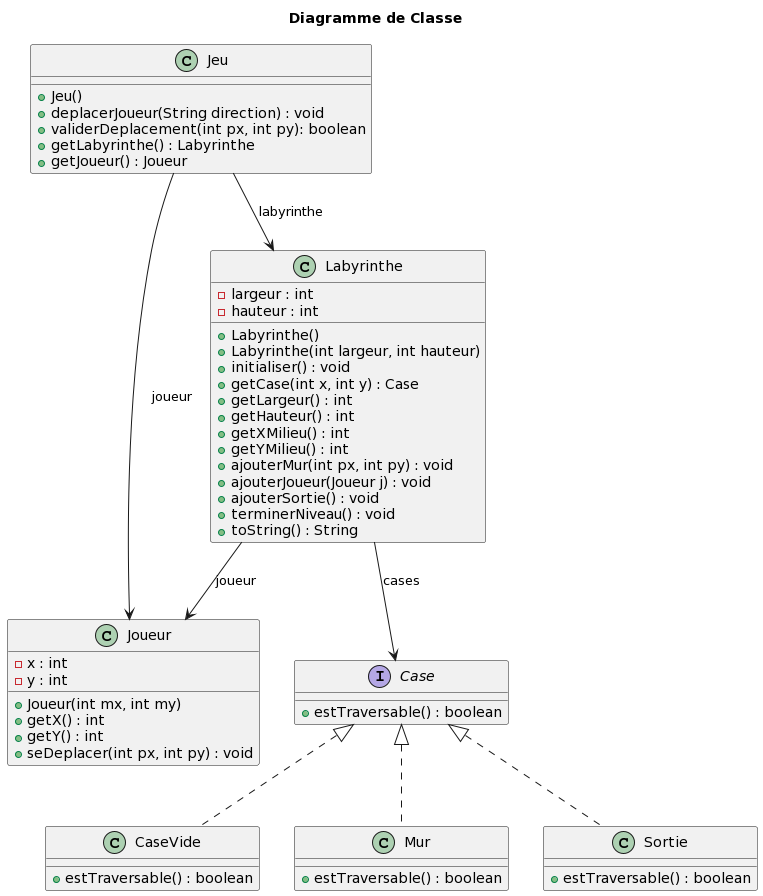
This is documents/sprint_0/diagramme_de_classe.png from rzepka2u/ACL_daedalus, a PlantUML export, as it was before one commit. The source it was exported from:
```plantuml
@startuml
title Diagramme de Classe

class Jeu {
+Jeu()
+deplacerJoueur(String direction) : void
+validerDeplacement(int px, int py): boolean
+getLabyrinthe() : Labyrinthe
+getJoueur() : Joueur
}

class Joueur {
-x : int
-y : int
+Joueur(int mx, int my)
+getX() : int
+getY() : int
+seDeplacer(int px, int py) : void

}

class Labyrinthe {
-largeur : int
-hauteur : int
+Labyrinthe()
+Labyrinthe(int largeur, int hauteur)
+initialiser() : void
+getCase(int x, int y) : Case
+getLargeur() : int
+getHauteur() : int
+getXMilieu() : int
+getYMilieu() : int
+ajouterMur(int px, int py) : void
+ajouterJoueur(Joueur j) : void
+ajouterSortie() : void
+terminerNiveau() : void
+toString() : String
}

interface Case {
+estTraversable() : boolean
}

class CaseVide implements Case {
+estTraversable() : boolean
}

class Mur implements Case {
+estTraversable() : boolean
}

class Sortie implements Case {
+estTraversable() : boolean
}

Jeu --> Labyrinthe : labyrinthe
Jeu --> Joueur : joueur
Labyrinthe --> Joueur : joueur
Labyrinthe --> Case : cases
@enduml
```
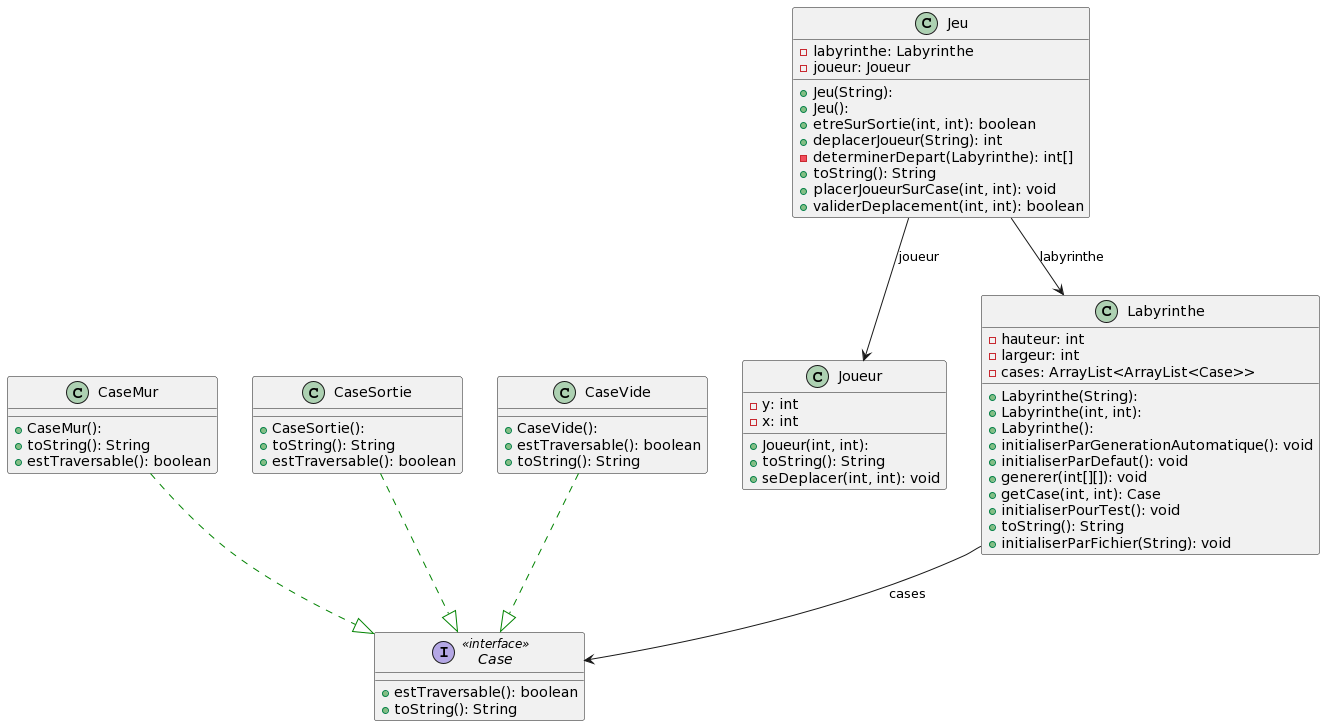
The same file after the commit.

Commit message:
Mise à jour du diagramme de classe

Change to the diagram source:
```diff
@@ -1,60 +1,64 @@
 @startuml
-title Diagramme de Classe
-
+interface Case << interface >> {
+  + estTraversable(): boolean
+  + toString(): String
+}
+class CaseMur {
+  + CaseMur():
+  + toString(): String
+  + estTraversable(): boolean
+}
+class CaseSortie {
+  + CaseSortie():
+  + toString(): String
+  + estTraversable(): boolean
+}
+class CaseVide {
+  + CaseVide():
+  + estTraversable(): boolean
+  + toString(): String
+}
 class Jeu {
-+Jeu()
-+deplacerJoueur(String direction) : void
-+validerDeplacement(int px, int py): boolean
-+getLabyrinthe() : Labyrinthe
-+getJoueur() : Joueur
+  + Jeu(String):
+  + Jeu():
+  - labyrinthe: Labyrinthe
+  - joueur: Joueur
+  + etreSurSortie(int, int): boolean
+  + deplacerJoueur(String): int
+  - determinerDepart(Labyrinthe): int[]
+  + toString(): String
+  + placerJoueurSurCase(int, int): void
+  + validerDeplacement(int, int): boolean
+}
+class Joueur {
+  + Joueur(int, int):
+  - y: int
+  - x: int
+  + toString(): String
+  + seDeplacer(int, int): void
+}
+class Labyrinthe {
+  + Labyrinthe(String):
+  + Labyrinthe(int, int):
+  + Labyrinthe():
+  - hauteur: int
+  - largeur: int
+  - cases: ArrayList<ArrayList<Case>>
+  + initialiserParGenerationAutomatique(): void
+  + initialiserParDefaut(): void
+  + generer(int[][]): void
+  + getCase(int, int): Case
+  + initialiserPourTest(): void
+  + toString(): String
+  + initialiserParFichier(String): void
 }
 
-class Joueur {
--x : int
--y : int
-+Joueur(int mx, int my)
-+getX() : int
-+getY() : int
-+seDeplacer(int px, int py) : void
+CaseMur     -[#008200,dashed]-^  Case
+CaseSortie  -[#008200,dashed]-^  Case
+CaseVide    -[#008200,dashed]-^  Case
 
-}
-
-class Labyrinthe {
--largeur : int
--hauteur : int
-+Labyrinthe()
-+Labyrinthe(int largeur, int hauteur)
-+initialiser() : void
-+getCase(int x, int y) : Case
-+getLargeur() : int
-+getHauteur() : int
-+getXMilieu() : int
-+getYMilieu() : int
-+ajouterMur(int px, int py) : void
-+ajouterJoueur(Joueur j) : void
-+ajouterSortie() : void
-+terminerNiveau() : void
-+toString() : String
-}
-
-interface Case {
-+estTraversable() : boolean
-}
-
-class CaseVide implements Case {
-+estTraversable() : boolean
-}
-
-class Mur implements Case {
-+estTraversable() : boolean
-}
-
-class Sortie implements Case {
-+estTraversable() : boolean
-}
 
 Jeu --> Labyrinthe : labyrinthe
 Jeu --> Joueur : joueur
-Labyrinthe --> Joueur : joueur
 Labyrinthe --> Case : cases
 @enduml
```
